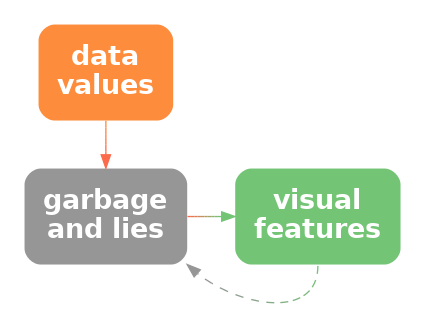
Before: Diagrams/lie-vis-decode.png, a diagram exported from Graphviz (pmur002/hdvw). Its source is kept beside it as Diagrams/lie-vis-decode.dot.
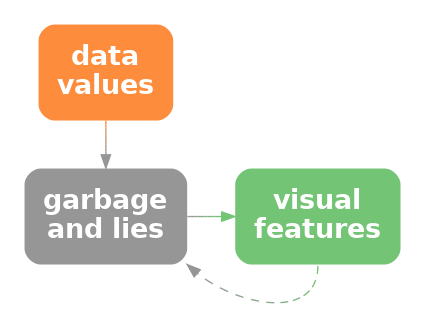
Later version of the same file.

Diff of the diagram source:
```diff
@@ -5,8 +5,8 @@
   lie [ label="garbage\nand lies"; shape=box; style="filled, rounded"; penwidth=0; fontcolor=white; fillcolor="#969696" ]
   vis [ label="visual\nfeatures"; shape=box;
      style="filled, rounded"; penwidth=0; fontcolor=white; fillcolor="#74C476" ]
-  data -> lie [ color="#FD8D3C;0.1:#FD893E;0.1:#FD853F;0.1:#FC8141;0.1:#FC7D42;0.1:#FC7A44;0.1:#FC7645;0.1:#FB7247;0.1:#FB6E48;0.1:#FB6A4A;0.1" ]
-  lie -> vis [ color="#FB6A4A;0.1:#EC744F;0.1:#DD7E54;0.1:#CE8859;0.1:#BF925E;0.1:#B09C62;0.1:#A1A667;0.1:#92B06C;0.1:#83BA71;0.1:#74C476;0.1" ]
+  data -> lie [ color="#FD8D3C;0.1:#F28E46;0.1:#E68F50;0.1:#DB905A;0.1:#CF9164;0.1:#C4926E;0.1:#B89378;0.1:#AD9482;0.1:#A1958C;0.1:#969696;0.1" ]
+  lie -> vis [ color="#969696;0.1:#929B92;0.1:#8EA08F;0.1:#8BA58B;0.1:#87AA88;0.1:#83B084;0.1:#7FB581;0.1:#7CBA7D;0.1:#78BF7A;0.1:#74C476;0.1" ]
   vis:s -> lie:se [ style="dashed", color="#74C476;0.1:#78BF7A;0.1:#7CBA7D;0.1:#7FB581;0.1:#83B084;0.1:#87AA88;0.1:#8BA58B;0.1:#8EA08F;0.1:#929B92;0.1:#969696;0.1" ]
 { rank=same; data, lie }
 }
```
